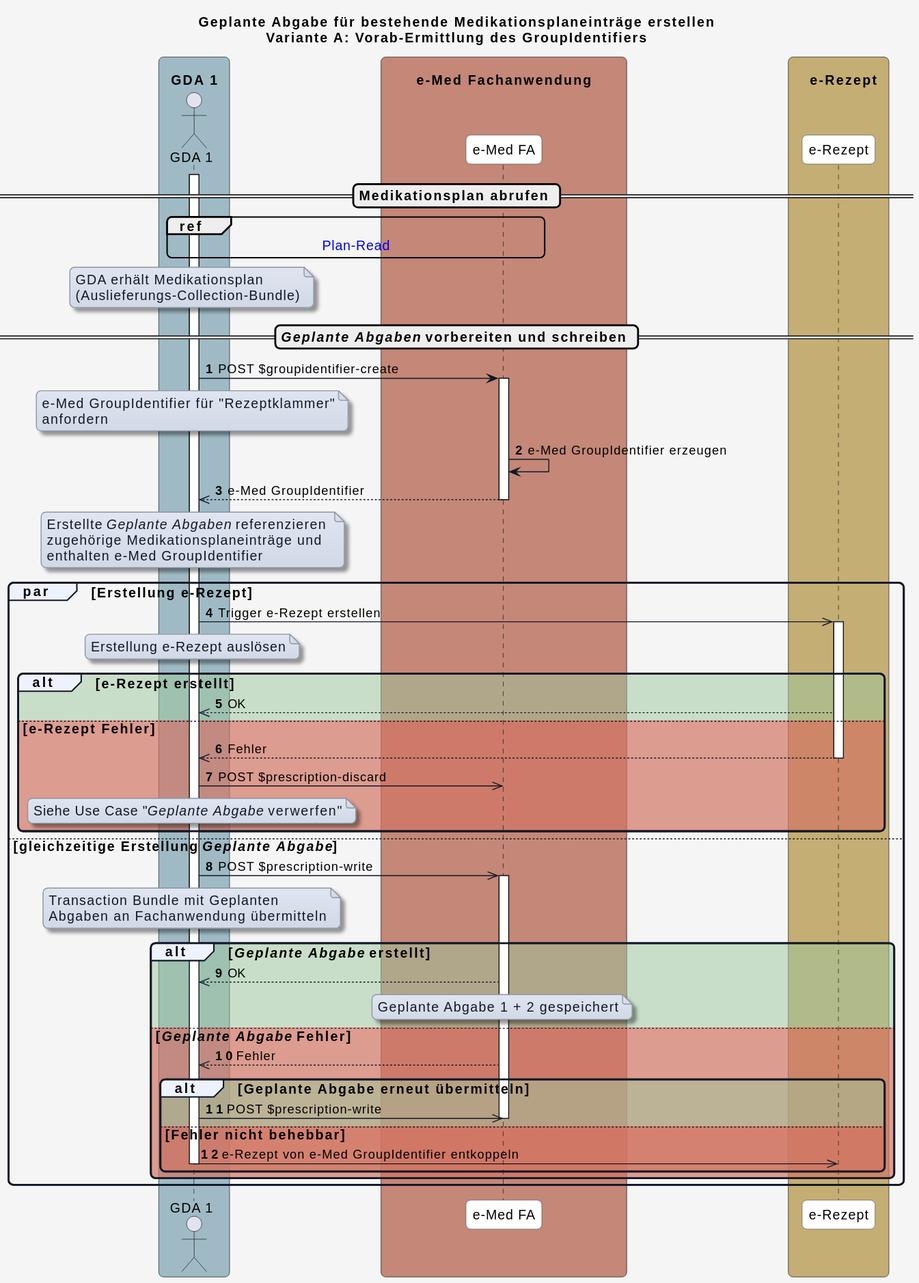
Before: input/images/plantuml/UC_eMed_09_01_a.svg, a diagram exported from PlantUML (HL7Austria/ELGA-e-Medikation-R4).
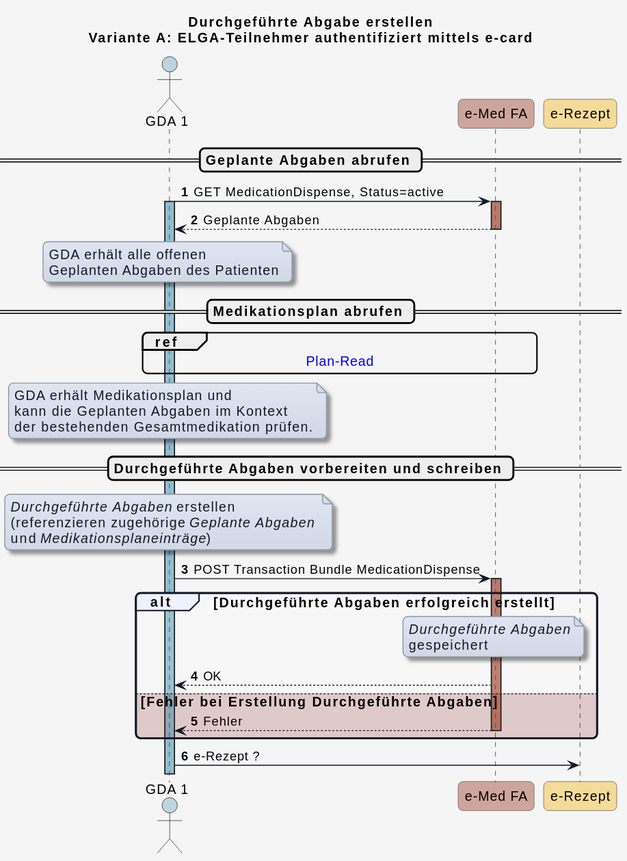
The same diagram one commit later.

Change to the diagram source:
```diff
@@ -1,5 +1,5 @@
 @startuml
-title Geplante Abgabe für bestehende Medikationsplaneinträge erstellen\nVariante A: Vorab-Ermittlung des GroupIdentifiers
+title Durchgeführte Abgabe erstellen\nVariante A: ELGA-Teilnehmer authentifiziert mittels e-card
 
 skinparam borderColor #000000
 skinparam backgroundColor #f5f5f5
@@ -8,6 +8,10 @@
 skinparam defaultFontName "Arial"
 skinparam defaultFontSize 14
 skinparam defaultFontColor #000000
+skinparam HyperlinkColor #0000EE
+skinparam HyperlinkUnderline false
+skinparam BoxPadding 20
+skinparam BoxBorderColor #555555
 
 skinparam note {
   BackgroundColor #e0e5f0-#d1d9e6
@@ -18,9 +22,6 @@
   FontColor #111827
   Shadowing true
 }
-
-skinparam HyperlinkColor #0000EE
-skinparam HyperlinkUnderline false
 
 skinparam sequence {
   ParticipantBorderColor #555555
@@ -37,109 +38,69 @@
   GroupBorderThickness 2
 }
 
-skinparam BoxPadding 20
-skinparam BoxBorderColor #555555
+!define COLOR_GDA_1 #3588a74c
+!define COLOR_GDA_2 #ca89ca5f
+!define COLOR_PATIENT #a2ae6482
+!define COLOR_APO #4fd8d25d
+!define COLOR_EMED_FA #a14c3778
+!define COLOR_E_REZEPT #f5bd2f77
+!define COLOR_OK #ffffff26
+!define COLOR_ERROR #7f151533
 
-box "\n  GDA 1  " #9fbac4
-  actor GDA_1 as "GDA 1"
-end box
+actor GDA_1 as "GDA 1" COLOR_GDA_1
 
-box "\n       e-Med Fachanwendung       " #C48778
-  participant eMed_FA as "e-Med FA"
-end box
+participant eMed_FA as "e-Med FA" COLOR_EMED_FA
 
-box "\n    e-Rezept  " #c5ae74
-  participant e_Rezept as "e-Rezept"
-end box
+participant e_Rezept as "e-Rezept" COLOR_E_REZEPT
 
 autonumber
 
+== Geplante Abgaben abrufen ==
+
+GDA_1 -> eMed_FA: GET MedicationDispense, Status=active
+activate GDA_1 COLOR_GDA_1
+activate eMed_FA COLOR_EMED_FA
+eMed_FA --> GDA_1: Geplante Abgaben
+deactivate eMed_FA
+note over GDA_1
+GDA erhält alle offenen
+Geplanten Abgaben des Patienten
+end note
+
 == Medikationsplan abrufen ==
 
-activate GDA_1
 ref over GDA_1, eMed_FA : [[interactions.html#sequenzdiagramm-plan-read Plan-Read]]
+note over GDA_1
+GDA erhält Medikationsplan und
+kann die Geplanten Abgaben im Kontext
+der bestehenden Gesamtmedikation prüfen.
+end note
 
+== Durchgeführte Abgaben vorbereiten und schreiben ==
 
 note over GDA_1
-GDA erhält Medikationsplan
-(Auslieferungs-Collection-Bundle)
+<i>Durchgeführte Abgaben</i> erstellen
+(referenzieren zugehörige <i>Geplante Abgaben</i>
+und <i>Medikationsplaneinträge</i>)
 end note
 
-== <i>Geplante Abgaben</i> vorbereiten und schreiben ==
+GDA_1 -> eMed_FA: POST Transaction Bundle MedicationDispense
+activate eMed_FA COLOR_EMED_FA
 
+alt COLOR_OK Durchgeführte Abgaben erfolgreich erstellt
 
-
-GDA_1 -> eMed_FA: POST $groupidentifier-create​
-
-note over GDA_1
-e-Med GroupIdentifier für "Rezeptklammer"
-anfordern
-end note
-
-activate eMed_FA
-eMed_FA -> eMed_FA: e-Med GroupIdentifier erzeugen
-eMed_FA -->> GDA_1: e-Med GroupIdentifier
-deactivate eMed_FA
-
-note over GDA_1
-Erstellte <i>Geplante Abgaben</i> referenzieren
-zugehörige Medikationsplaneinträge und
-enthalten e-Med GroupIdentifier
-end note
-
-
-
-par Erstellung e-Rezept
-
-  GDA_1 ->> e_Rezept: Trigger e-Rezept erstellen
-  activate e_Rezept
-  note over GDA_1
-  Erstellung e-Rezept auslösen
+  note over eMed_FA
+  <i>Durchgeführte Abgaben</i>
+  gespeichert
   end note
 
-  alt #9fc79f81 e-Rezept erstellt
-    e_Rezept -->> GDA_1: OK
+  eMed_FA --> GDA_1: OK
 
-  else #f7373766 e-Rezept Fehler
-    e_Rezept -->> GDA_1: Fehler
-    deactivate e_Rezept
-    GDA_1 ->> eMed_FA: POST $prescription-discard​
+else COLOR_ERROR Fehler bei Erstellung Durchgeführte Abgaben
+  eMed_FA --> GDA_1: Fehler
+  deactivate eMed_FA
 
-    note over GDA_1
-    Siehe Use Case "<i>Geplante Abgabe</i> verwerfen"
-    end note
+end
 
-  end
-
-
-else gleichzeitige Erstellung <i>Geplante Abgabe</i>
-
-  GDA_1 ->> eMed_FA: POST $prescription-write
-  activate eMed_FA
-  note over GDA_1
-  Transaction Bundle mit Geplanten
-  Abgaben an Fachanwendung übermitteln
-  end note
-
-  alt #9fc79f81 <i>Geplante Abgabe</i> erstellt
-    eMed_FA -->> GDA_1: OK
-
-    note over eMed_FA
-      Geplante Abgabe 1 + 2 gespeichert
-    end note
-
-  else #f7373766 <i>Geplante Abgabe</i> Fehler
-    eMed_FA -->> GDA_1: Fehler
-
-    alt #9fc79f81 Geplante Abgabe erneut übermitteln
-      GDA_1 ->> eMed_FA: POST $prescription-write
-
-    else #f7373766 Fehler nicht behebbar
-      deactivate eMed_FA
-      GDA_1 ->> e_Rezept: e-Rezept von e-Med GroupIdentifier entkoppeln
-      deactivate GDA_1
-
-    end
-  end
-end
+GDA_1 -> e_Rezept:  e-Rezept ?
 @enduml
```
